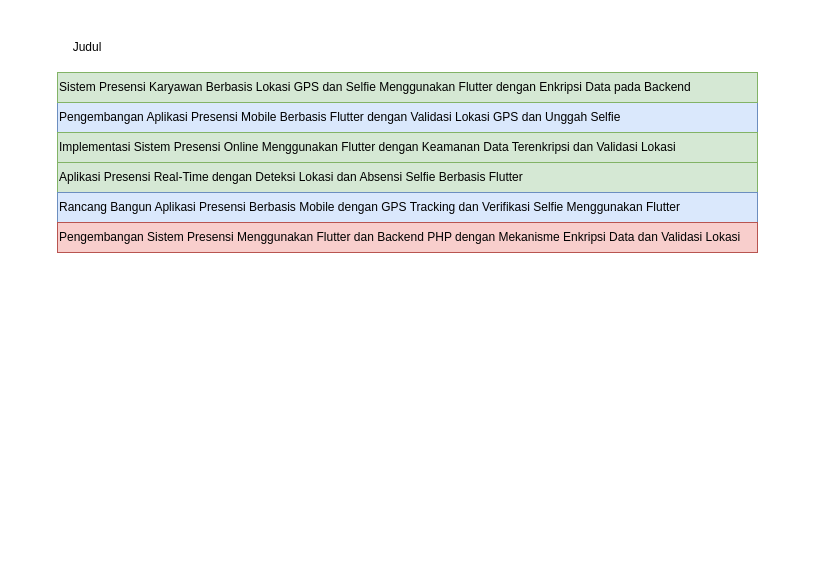
Earlier version of the draw.io diagram .drawio (Nugraa21/Template-naskah-laporan). Source tidied: cells renumbered, new cells numbered last; positions are measured from the earlier drawing's top-left corner, leaving out a move shared by most shapes. Both pictures are drawn from the tidied source at 100%, with x=0, y=0 at pixel (57, 32).
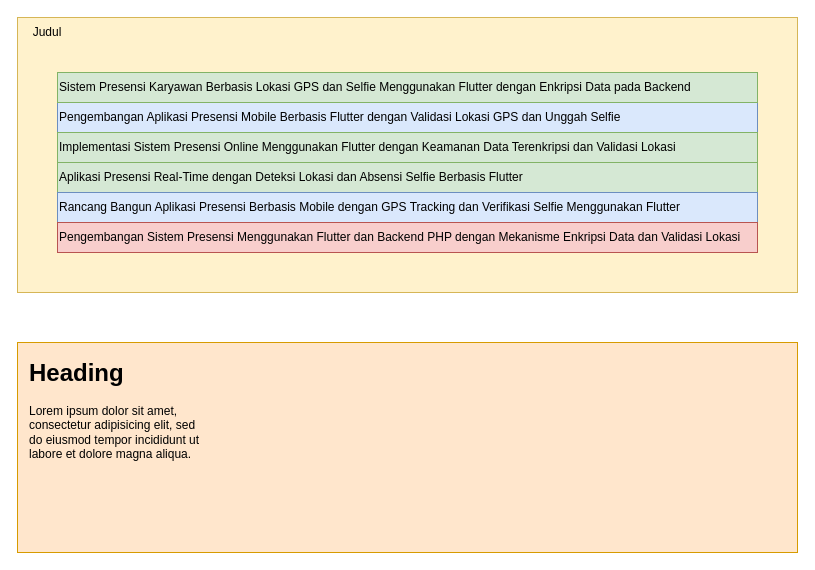
The same diagram, later.

Commit message (it also covers changes not shown here):
perbaiki tampilan draw io

What changed in the source:
```diff
@@
 <mxGraphModel>
   <root>
     <mxCell id="0" />
     <mxCell id="1" parent="0" />
+    <mxCell id="15" style="rounded=0;whiteSpace=wrap;html=1;fillColor=#fff2cc;strokeColor=#d6b656;" parent="1" vertex="1">
+      <mxGeometry x="-40" y="-15" width="780" height="275" as="geometry" />
+    </mxCell>
     <mxCell id="2" style="rounded=0;whiteSpace=wrap;html=1;fillColor=#dae8fc;strokeColor=#6c8ebf;" parent="1" vertex="1">
       <mxGeometry y="70" width="700" height="30" as="geometry" />
     </mxCell>
     <mxCell id="3" style="rounded=0;whiteSpace=wrap;html=1;fillColor=#d5e8d4;strokeColor=#82b366;" parent="1" vertex="1">
       <mxGeometry y="100" width="700" height="30" as="geometry" />
     </mxCell>
     <mxCell id="4" style="rounded=0;whiteSpace=wrap;html=1;fillColor=#d5e8d4;strokeColor=#82b366;" parent="1" vertex="1">
       <mxGeometry y="130" width="700" height="30" as="geometry" />
     </mxCell>
     <mxCell id="5" style="rounded=0;whiteSpace=wrap;html=1;fillColor=#dae8fc;strokeColor=#6c8ebf;" parent="1" vertex="1">
       <mxGeometry y="160" width="700" height="30" as="geometry" />
     </mxCell>
     <mxCell id="6" style="rounded=0;whiteSpace=wrap;html=1;fillColor=#f8cecc;strokeColor=#b85450;" parent="1" vertex="1">
       <mxGeometry y="190" width="700" height="30" as="geometry" />
     </mxCell>
     <mxCell id="7" style="rounded=0;whiteSpace=wrap;html=1;fillColor=#d5e8d4;strokeColor=#82b366;" parent="1" vertex="1">
       <mxGeometry y="40" width="700" height="30" as="geometry" />
     </mxCell>
     <mxCell id="8" value="Pengembangan Aplikasi Presensi Mobile Berbasis Flutter dengan Validasi Lokasi GPS dan Unggah Selfie" style="text;html=1;align=left;verticalAlign=middle;whiteSpace=wrap;rounded=0;" parent="1" vertex="1">
       <mxGeometry y="70" width="650" height="30" as="geometry" />
     </mxCell>
     <mxCell id="9" value="Sistem Presensi Karyawan Berbasis Lokasi GPS dan Selfie Menggunakan Flutter dengan Enkripsi Data pada Backend" style="text;html=1;align=left;verticalAlign=middle;whiteSpace=wrap;rounded=0;" parent="1" vertex="1">
       <mxGeometry y="40" width="650" height="30" as="geometry" />
     </mxCell>
     <mxCell id="10" value="Implementasi Sistem Presensi Online Menggunakan Flutter dengan Keamanan Data Terenkripsi dan Validasi Lokasi" style="text;html=1;align=left;verticalAlign=middle;whiteSpace=wrap;rounded=0;" parent="1" vertex="1">
       <mxGeometry y="100" width="650" height="30" as="geometry" />
     </mxCell>
     <mxCell id="11" value="Aplikasi Presensi Real-Time dengan Deteksi Lokasi dan Absensi Selfie Berbasis Flutter" style="text;html=1;align=left;verticalAlign=middle;whiteSpace=wrap;rounded=0;" parent="1" vertex="1">
       <mxGeometry y="130" width="650" height="30" as="geometry" />
     </mxCell>
     <mxCell id="12" value="Rancang Bangun Aplikasi Presensi Berbasis Mobile dengan GPS Tracking dan Verifikasi Selfie Menggunakan Flutter" style="text;html=1;align=left;verticalAlign=middle;whiteSpace=wrap;rounded=0;" parent="1" vertex="1">
       <mxGeometry y="160" width="650" height="30" as="geometry" />
     </mxCell>
     <mxCell id="13" value="Pengembangan Sistem Presensi Menggunakan Flutter dan Backend PHP dengan Mekanisme Enkripsi Data dan Validasi Lokasi" style="text;html=1;align=left;verticalAlign=middle;whiteSpace=wrap;rounded=0;" parent="1" vertex="1">
       <mxGeometry y="190" width="690" height="30" as="geometry" />
     </mxCell>
     <mxCell id="14" value="Judul" style="text;html=1;align=center;verticalAlign=middle;whiteSpace=wrap;rounded=0;strokeWidth=6;" parent="1" vertex="1">
-      <mxGeometry width="60" height="30" as="geometry" />
+      <mxGeometry x="-40" y="-15" width="60" height="30" as="geometry" />
     </mxCell>
+    <mxCell id="16" style="rounded=0;whiteSpace=wrap;html=1;fillColor=#ffe6cc;strokeColor=#d79b00;" parent="1" vertex="1">
+      <mxGeometry x="-40" y="310" width="780" height="210" as="geometry" />
+    </mxCell>
+    <mxCell id="17" value="&lt;h1 style=&quot;margin-top: 0px;&quot;&gt;Heading&lt;/h1&gt;&lt;p&gt;Lorem ipsum dolor sit amet, consectetur adipisicing elit, sed do eiusmod tempor incididunt ut labore et dolore magna aliqua.&lt;/p&gt;" style="text;html=1;whiteSpace=wrap;overflow=hidden;rounded=0;" parent="1" vertex="1">
+      <mxGeometry x="-30" y="320" width="180" height="120" as="geometry" />
+    </mxCell>
   </root>
 </mxGraphModel>
```
